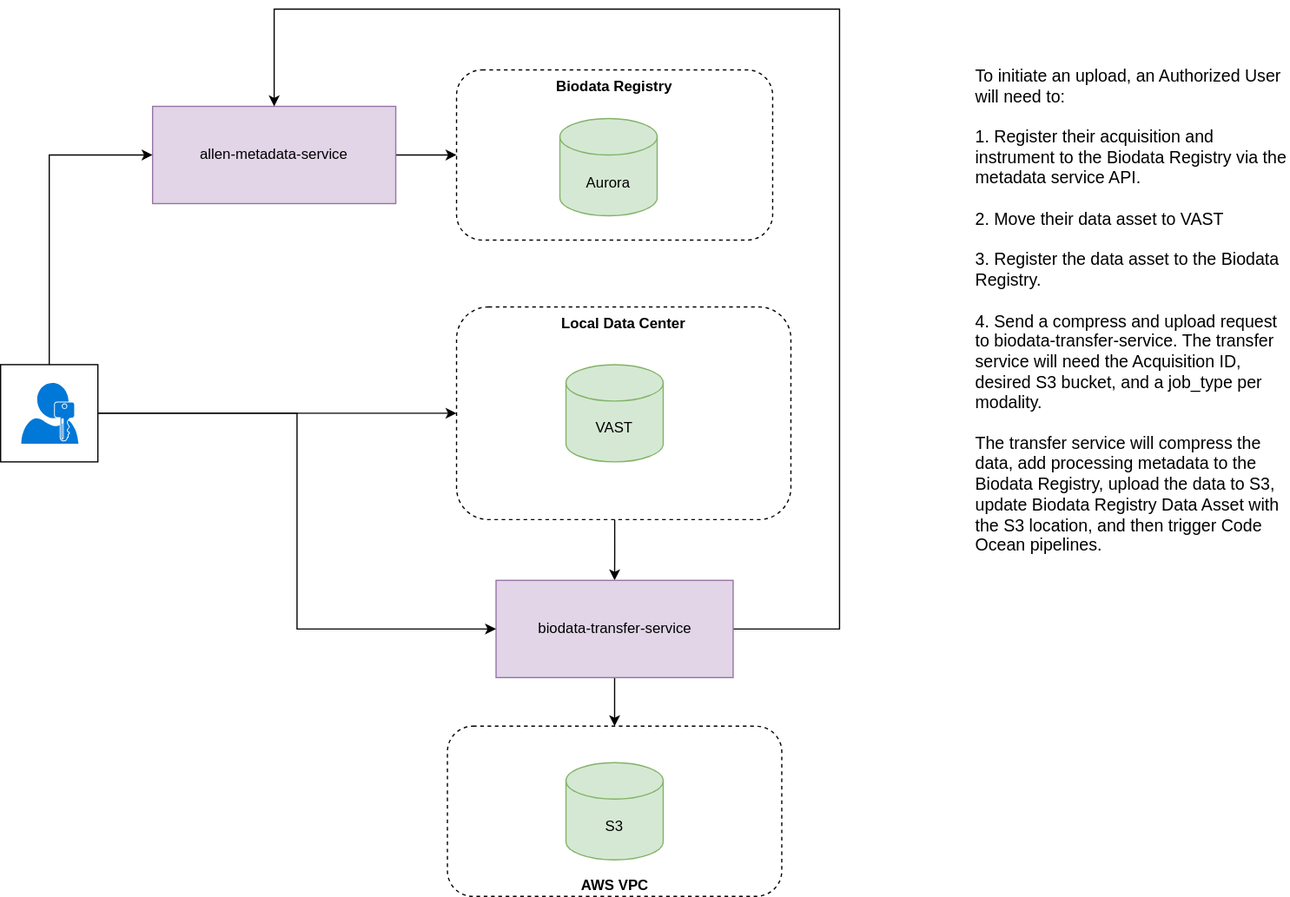
AllenNeuralDynamics/aind-software-docs keeps this draw.io diagram as diagrams/mid_level/data_transfer_service/DataTransferService.drawio.svg. Above is the earlier version. Source tidied: cells renumbered, new cells last; positions are measured from the earlier drawing's top-left corner, leaving out a move shared by most shapes.
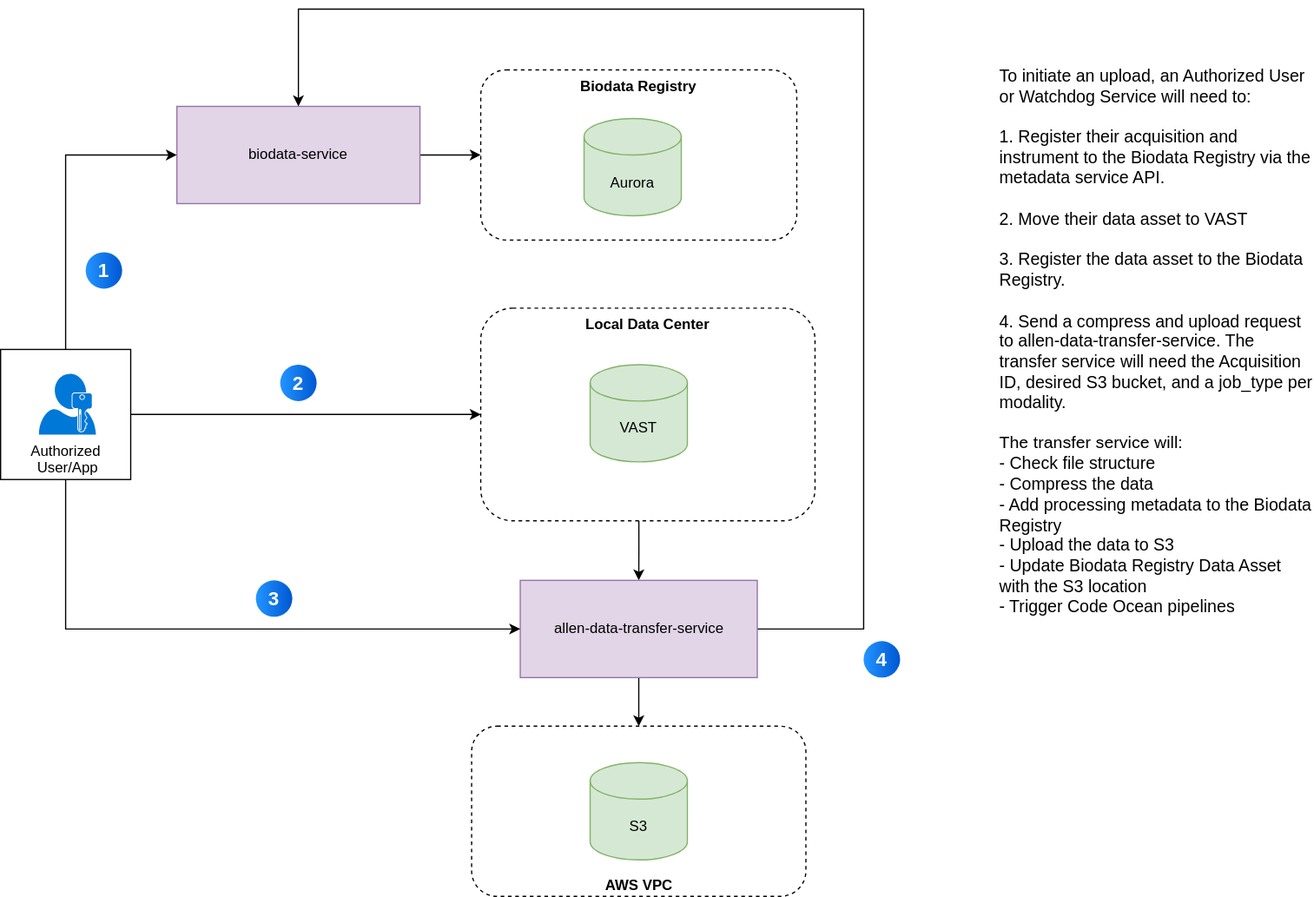
Above is the later version.

Diff of the diagram source:
```diff
@@ -6,7 +6,7 @@
       <mxGeometry x="367.5" y="590" width="275" height="140" as="geometry" />
     </mxCell>
     <mxCell id="3" value="&lt;b&gt;Local Data Center&lt;br&gt;&lt;/b&gt;" style="rounded=1;whiteSpace=wrap;html=1;fillColor=default;dashed=1;verticalAlign=top;" parent="1" vertex="1">
-      <mxGeometry x="375" y="245" width="275" height="175" as="geometry" />
+      <mxGeometry x="375" y="246" width="275" height="175" as="geometry" />
     </mxCell>
     <mxCell id="4" style="edgeStyle=orthogonalEdgeStyle;rounded=0;jettySize=auto;html=1;exitX=0.473;exitY=1;exitDx=0;exitDy=0;exitPerimeter=0;entryX=0.5;entryY=0;entryDx=0;entryDy=0;" parent="1" edge="1" source="3" target="14">
       <mxGeometry relative="1" as="geometry" />
@@ -20,18 +20,18 @@
     <mxCell id="7" style="edgeStyle=orthogonalEdgeStyle;rounded=0;jettySize=auto;html=1;exitX=1;exitY=0.5;exitDx=0;exitDy=0;entryX=0;entryY=0.5;entryDx=0;entryDy=0;" parent="1" edge="1" source="8" target="6">
       <mxGeometry relative="1" as="geometry" />
     </mxCell>
-    <mxCell id="8" value="allen‑metadata‑service" style="rounded=0;whiteSpace=wrap;html=1;fillColor=#e1d5e7;strokeColor=#9673a6;" parent="1" vertex="1">
+    <mxCell id="8" value="biodata‑service" style="rounded=0;whiteSpace=wrap;html=1;fillColor=#e1d5e7;strokeColor=#9673a6;" parent="1" vertex="1">
       <mxGeometry x="125" y="80" width="200" height="80" as="geometry" />
     </mxCell>
     <mxCell id="9" style="group;" parent="1" vertex="1">
-      <mxGeometry y="292.5" width="80" height="80" as="geometry" />
+      <mxGeometry x="-20" y="280" width="110" height="110" as="geometry" />
     </mxCell>
     <mxCell id="10" style="whiteSpace=wrap;html=1;" parent="9" vertex="1">
-      <mxGeometry width="80" height="80" as="geometry" />
+      <mxGeometry width="107" height="107" as="geometry" />
     </mxCell>
-    <mxCell id="11" style="sketch=0;shadow=0;dashed=0;html=1;strokeColor=none;labelPosition=center;verticalLabelPosition=bottom;verticalAlign=top;align=center;shape=mxgraph.mscae.enterprise.user_permissions;fillColor=#0078D7;" parent="9" vertex="1">
-      <mxGeometry x="17" y="15" width="47" height="50" as="geometry" />
-    </mxCell>
+    <mxCell id="21" value="&lt;div&gt;Authorized&amp;nbsp;&lt;/div&gt;&lt;div&gt;User/App&lt;/div&gt;" style="sketch=0;shadow=0;dashed=0;html=1;strokeColor=none;labelPosition=center;verticalLabelPosition=bottom;verticalAlign=top;align=center;shape=mxgraph.mscae.enterprise.user_permissions;fillColor=#0078D7;" parent="9" vertex="1">
+      <mxGeometry x="31.5" y="20" width="47" height="50" as="geometry" />
+    </mxCell>
     <mxCell id="12" style="edgeStyle=orthogonalEdgeStyle;rounded=0;jettySize=auto;html=1;exitX=0.5;exitY=1;exitDx=0;exitDy=0;entryX=0.5;entryY=0;entryDx=0;entryDy=0;" parent="1" edge="1" source="14" target="2">
       <mxGeometry relative="1" as="geometry" />
     </mxCell>
@@ -44,26 +44,38 @@
         </Array>
       </mxGeometry>
     </mxCell>
-    <mxCell id="14" value="biodata‑transfer-service" style="rounded=0;whiteSpace=wrap;html=1;fillColor=#e1d5e7;strokeColor=#9673a6;" parent="1" vertex="1">
+    <mxCell id="14" value="allen-data‑transfer-service" style="rounded=0;whiteSpace=wrap;html=1;fillColor=#e1d5e7;strokeColor=#9673a6;" parent="1" vertex="1">
       <mxGeometry x="407.5" y="470" width="195" height="80" as="geometry" />
     </mxCell>
     <mxCell id="15" style="edgeStyle=orthogonalEdgeStyle;rounded=0;jettySize=auto;html=1;exitX=0.5;exitY=0;exitDx=0;exitDy=0;entryX=0;entryY=0.5;entryDx=0;entryDy=0;" parent="1" edge="1" source="10" target="8">
       <mxGeometry relative="1" as="geometry" />
     </mxCell>
-    <mxCell id="16" style="edgeStyle=orthogonalEdgeStyle;rounded=0;jettySize=auto;html=1;exitX=1;exitY=0.5;exitDx=0;exitDy=0;entryX=0;entryY=0.5;entryDx=0;entryDy=0;" parent="1" edge="1" source="10" target="3">
-      <mxGeometry relative="1" as="geometry" />
-    </mxCell>
     <mxCell id="17" value="Aurora" style="shape=cylinder3;whiteSpace=wrap;html=1;boundedLbl=1;backgroundOutline=1;size=15;fillColor=#d5e8d4;strokeColor=#82b366;" parent="1" vertex="1">
       <mxGeometry x="460" y="90" width="80" height="80" as="geometry" />
     </mxCell>
     <mxCell id="18" value="S3" style="shape=cylinder3;whiteSpace=wrap;html=1;boundedLbl=1;backgroundOutline=1;size=15;fillColor=#d5e8d4;strokeColor=#82b366;" parent="1" vertex="1">
       <mxGeometry x="465" y="620" width="80" height="80" as="geometry" />
     </mxCell>
+    <mxCell id="20" value="&lt;div&gt;To initiate an upload, an Authorized User or Watchdog Service will need to:&lt;/div&gt;&lt;div&gt;&lt;br&gt;&lt;/div&gt;&lt;div&gt;1. Register their acquisition and instrument to the Biodata Registry via the metadata service API.&lt;/div&gt;&lt;div&gt;&lt;br&gt;&lt;/div&gt;&lt;div&gt;2. Move their data asset to VAST&lt;/div&gt;&lt;div&gt;&lt;br&gt;&lt;/div&gt;&lt;div&gt;3. Register the data asset to the Biodata Registry.&lt;br&gt;&lt;/div&gt;&lt;div&gt;&lt;br&gt;&lt;/div&gt;&lt;div&gt;4. Send a compress and upload request to allen-data‑transfer-service. The transfer service will need the Acquisition ID, desired S3 bucket, and a job_type per modality.&lt;/div&gt;&lt;div&gt;&lt;br&gt;&lt;/div&gt;&lt;div&gt;The transfer service will:&lt;/div&gt;&lt;div&gt;- Check file structure&lt;br&gt;&lt;/div&gt;&lt;div&gt;- Compress the data&lt;/div&gt;&lt;div&gt;- Add processing metadata to the Biodata Registry&lt;/div&gt;&lt;div&gt;- Upload the data to S3&lt;/div&gt;&lt;div&gt;- Update Biodata Registry Data Asset with the S3 location&lt;/div&gt;&lt;div&gt;- Trigger Code Ocean pipelines &lt;/div&gt;" style="text;html=1;whiteSpace=wrap;strokeColor=none;fillColor=none;align=left;verticalAlign=top;rounded=0;fontSize=14;" parent="1" vertex="1">
+      <mxGeometry x="800" y="40" width="260" height="630" as="geometry" />
+    </mxCell>
+    <mxCell id="22" value="1" style="ellipse;whiteSpace=wrap;html=1;rotation=0;gradientColor=#0057D2;strokeColor=none;gradientDirection=east;fillColor=#2395FF;rounded=0;fontFamily=Helvetica;fontSize=16;fontColor=#FFFFFF;spacingTop=4;spacingBottom=4;spacingLeft=4;spacingRight=4;fontStyle=1;" parent="1" vertex="1">
+      <mxGeometry x="50" y="200" width="30" height="30" as="geometry" />
+    </mxCell>
-    <mxCell id="19" style="edgeStyle=orthogonalEdgeStyle;rounded=0;jettySize=auto;html=1;exitX=1;exitY=0.5;exitDx=0;exitDy=0;entryX=0;entryY=0.5;entryDx=0;entryDy=0;" parent="1" edge="1" source="10" target="14">
+    <mxCell id="19" style="edgeStyle=orthogonalEdgeStyle;rounded=0;jettySize=auto;html=1;exitX=0.5;exitY=1;exitDx=0;exitDy=0;entryX=0;entryY=0.5;entryDx=0;entryDy=0;" parent="1" edge="1" source="10" target="14">
       <mxGeometry relative="1" as="geometry" />
     </mxCell>
-    <mxCell id="20" value="&lt;div&gt;To initiate an upload, an Authorized User will need to:&lt;/div&gt;&lt;div&gt;&lt;br&gt;&lt;/div&gt;&lt;div&gt;1. Register their acquisition and instrument to the Biodata Registry via the metadata service API.&lt;/div&gt;&lt;div&gt;&lt;br&gt;&lt;/div&gt;&lt;div&gt;2. Move their data asset to VAST&lt;/div&gt;&lt;div&gt;&lt;br&gt;&lt;/div&gt;&lt;div&gt;3. Register the data asset to the Biodata Registry.&lt;br&gt;&lt;/div&gt;&lt;div&gt;&lt;br&gt;&lt;/div&gt;&lt;div&gt;4. Send a compress and upload request to biodata‑transfer-service. The transfer service will need the Acquisition ID, desired S3 bucket, and a job_type per modality.&lt;/div&gt;&lt;div&gt;&lt;br&gt;&lt;/div&gt;&lt;div&gt;The transfer service will compress the data, add processing metadata to the Biodata Registry, upload the data to S3, update Biodata Registry Data Asset with the S3 location, and then trigger Code Ocean pipelines. &lt;/div&gt;" style="text;html=1;whiteSpace=wrap;strokeColor=none;fillColor=none;align=left;verticalAlign=top;rounded=0;fontSize=14;" parent="1" vertex="1">
-      <mxGeometry x="800" y="40" width="260" height="630" as="geometry" />
-    </mxCell>
+    <mxCell id="23" value="2" style="ellipse;whiteSpace=wrap;html=1;rotation=0;gradientColor=#0057D2;strokeColor=none;gradientDirection=east;fillColor=#2395FF;rounded=0;fontFamily=Helvetica;fontSize=16;fontColor=#FFFFFF;spacingTop=4;spacingBottom=4;spacingLeft=4;spacingRight=4;fontStyle=1;" parent="1" vertex="1">
+      <mxGeometry x="210" y="292.5" width="30" height="30" as="geometry" />
+    </mxCell>
+    <mxCell id="24" value="3" style="ellipse;whiteSpace=wrap;html=1;rotation=0;gradientColor=#0057D2;strokeColor=none;gradientDirection=east;fillColor=#2395FF;rounded=0;fontFamily=Helvetica;fontSize=16;fontColor=#FFFFFF;spacingTop=4;spacingBottom=4;spacingLeft=4;spacingRight=4;fontStyle=1;" parent="1" vertex="1">
+      <mxGeometry x="190" y="470" width="30" height="30" as="geometry" />
+    </mxCell>
+    <mxCell id="25" value="4" style="ellipse;whiteSpace=wrap;html=1;rotation=0;gradientColor=#0057D2;strokeColor=none;gradientDirection=east;fillColor=#2395FF;rounded=0;fontFamily=Helvetica;fontSize=16;fontColor=#FFFFFF;spacingTop=4;spacingBottom=4;spacingLeft=4;spacingRight=4;fontStyle=1;" parent="1" vertex="1">
+      <mxGeometry x="690" y="520" width="30" height="30" as="geometry" />
+    </mxCell>
+    <mxCell id="16" style="edgeStyle=orthogonalEdgeStyle;rounded=0;jettySize=auto;html=1;exitX=1;exitY=0.5;exitDx=0;exitDy=0;entryX=0;entryY=0.5;entryDx=0;entryDy=0;" parent="1" edge="1" source="10" target="3">
+      <mxGeometry relative="1" as="geometry" />
+    </mxCell>
   </root>
 </mxGraphModel>
```
